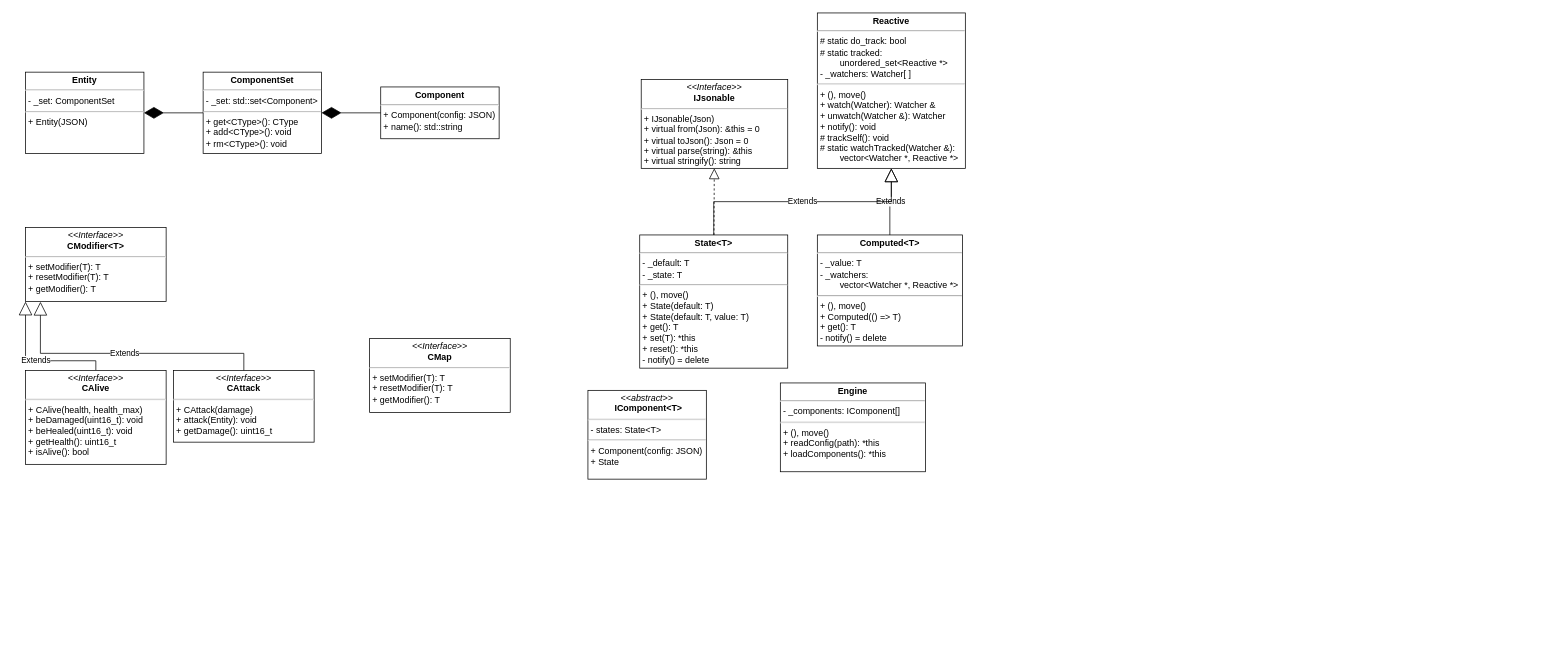
Earlier version of the draw.io diagram uml.drawio (vSEK1RO/nekomancer). Source tidied: cells renumbered, new cells numbered last; positions are measured from the earlier drawing's top-left corner, leaving out a move shared by most shapes. Both pictures are drawn from the tidied source at 74%, with x=0, y=0 at pixel (25, 13).
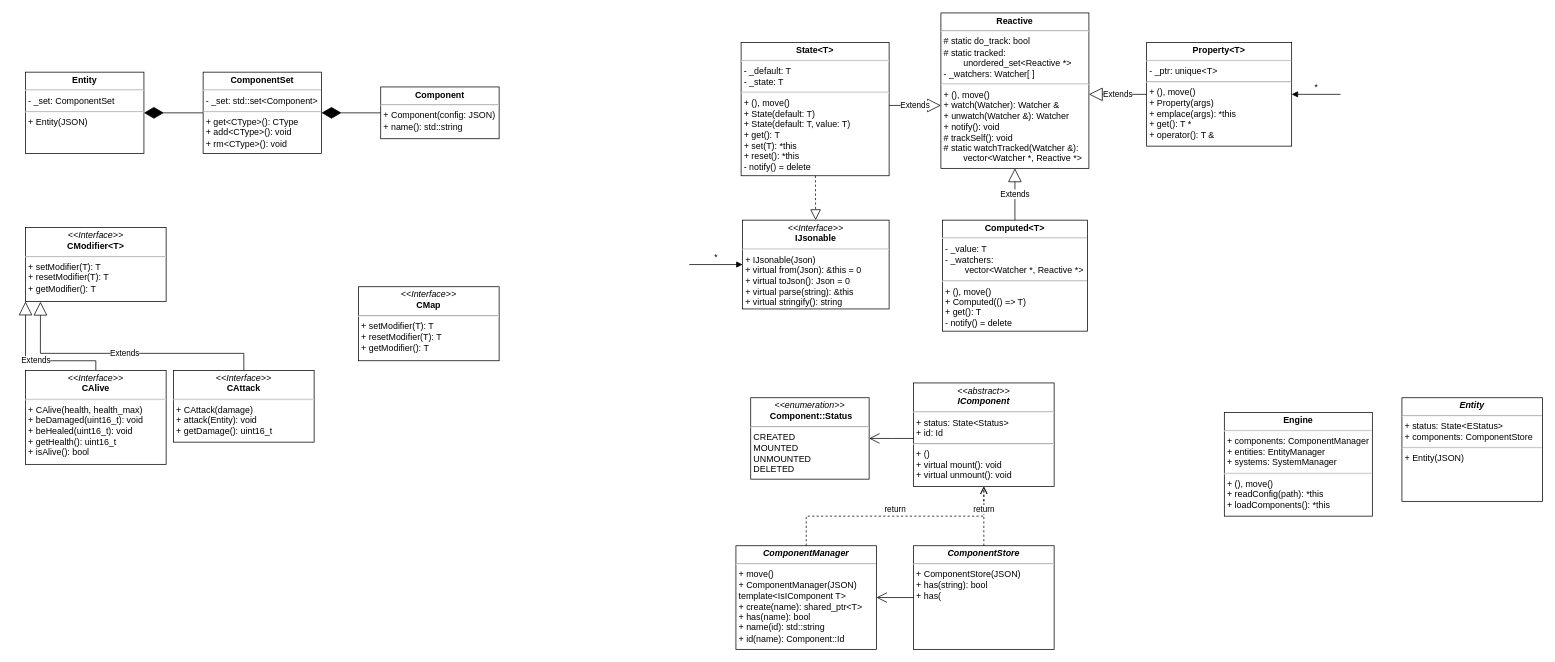
The same page after the edit.

Commit message (it also covers changes not shown here):
feat(ComponentManager): name(id); mv(IComponent::* -> Component::*)

Diff of the diagram source:
```diff
@@
     <mxCell id="13" value="&lt;p style=&quot;margin:0px;margin-top:4px;text-align:center;&quot;&gt;&lt;i&gt;&amp;lt;&amp;lt;Interface&amp;gt;&amp;gt;&lt;/i&gt;&lt;br&gt;&lt;b&gt;CMap&lt;/b&gt;&lt;/p&gt;&lt;hr&gt;&lt;p style=&quot;margin:0px;margin-left:4px;&quot;&gt;+ setModifier(T): T&lt;/p&gt;&lt;p style=&quot;margin:0px;margin-left:4px;&quot;&gt;+ resetModifier(T): T&lt;/p&gt;&lt;p style=&quot;margin:0px;margin-left:4px;&quot;&gt;+ getModifier(): T&lt;/p&gt;" style="verticalAlign=top;align=left;overflow=fill;html=1;whiteSpace=wrap;" parent="1" vertex="1">
-      <mxGeometry x="465" y="440" width="190" height="100" as="geometry" />
+      <mxGeometry x="450" y="370" width="190" height="100" as="geometry" />
     </mxCell>
     <mxCell id="14" value="&lt;p style=&quot;margin:0px;margin-top:4px;text-align:center;&quot;&gt;&lt;b&gt;Computed&amp;lt;T&amp;gt;&lt;/b&gt;&lt;/p&gt;&lt;hr&gt;&lt;p style=&quot;margin:0px;margin-left:4px;&quot;&gt;&lt;span style=&quot;background-color: initial;&quot;&gt;- _value: T&lt;/span&gt;&lt;/p&gt;&lt;p style=&quot;margin:0px;margin-left:4px;&quot;&gt;&lt;span style=&quot;background-color: initial;&quot;&gt;- _watchers:&lt;/span&gt;&lt;/p&gt;&lt;p style=&quot;margin:0px;margin-left:4px;&quot;&gt;&lt;span style=&quot;background-color: initial;&quot;&gt;&lt;span style=&quot;white-space: pre;&quot;&gt;&#9;&lt;/span&gt;vector&amp;lt;Watcher *, Reactive *&amp;gt;&lt;/span&gt;&lt;/p&gt;&lt;hr&gt;&lt;p style=&quot;margin:0px;margin-left:4px;&quot;&gt;&lt;span style=&quot;background-color: initial;&quot;&gt;+ (), move()&lt;br&gt;+ Computed(() =&amp;gt; T)&lt;/span&gt;&lt;/p&gt;&lt;p style=&quot;margin:0px;margin-left:4px;&quot;&gt;&lt;span style=&quot;background-color: initial;&quot;&gt;+ get(): T&lt;/span&gt;&lt;/p&gt;&lt;p style=&quot;margin:0px;margin-left:4px;&quot;&gt;&lt;span style=&quot;background-color: initial;&quot;&gt;- notify() = delete&lt;/span&gt;&lt;/p&gt;" style="verticalAlign=top;align=left;overflow=fill;html=1;whiteSpace=wrap;" parent="1" vertex="1">
-      <mxGeometry x="1070" y="300" width="196" height="150" as="geometry" />
+      <mxGeometry x="1239" y="280" width="196" height="150" as="geometry" />
     </mxCell>
     <mxCell id="15" value="&lt;p style=&quot;margin:0px;margin-top:4px;text-align:center;&quot;&gt;&lt;b&gt;Reactive&lt;/b&gt;&lt;/p&gt;&lt;hr&gt;&lt;p style=&quot;margin: 0px 0px 0px 4px;&quot;&gt;# static do_track: bool&lt;/p&gt;&lt;p style=&quot;margin: 0px 0px 0px 4px;&quot;&gt;# static tracked: &lt;span style=&quot;white-space: pre;&quot;&gt;&#9;&lt;/span&gt;unordered_set&amp;lt;Reactive *&amp;gt;&lt;/p&gt;&lt;p style=&quot;margin: 0px 0px 0px 4px;&quot;&gt;- _watchers: Watcher[ ]&lt;/p&gt;&lt;hr&gt;&lt;p style=&quot;margin: 0px 0px 0px 4px;&quot;&gt;+ (),&amp;nbsp;move()&lt;br&gt;+ watch(Watcher): Watcher &amp;amp;&lt;/p&gt;&lt;p style=&quot;margin: 0px 0px 0px 4px;&quot;&gt;+ unwatch(Watcher &amp;amp;): Watcher&lt;/p&gt;&lt;p style=&quot;margin: 0px 0px 0px 4px;&quot;&gt;+ notify(): void&lt;/p&gt;&lt;p style=&quot;margin: 0px 0px 0px 4px;&quot;&gt;# trackSelf(): void&lt;/p&gt;&lt;p style=&quot;margin: 0px 0px 0px 4px;&quot;&gt;# static watchTracked(Watcher &amp;amp;): &lt;span style=&quot;white-space: pre;&quot;&gt;&#9;&lt;/span&gt;vector&amp;lt;Watcher *, Reactive *&amp;gt;&lt;/p&gt;" style="verticalAlign=top;align=left;overflow=fill;html=1;whiteSpace=wrap;" parent="1" vertex="1">
-      <mxGeometry x="1070" width="200" height="210" as="geometry" />
+      <mxGeometry x="1237" width="200" height="210" as="geometry" />
     </mxCell>
     <mxCell id="16" value="&lt;p style=&quot;margin:0px;margin-top:4px;text-align:center;&quot;&gt;&lt;b&gt;State&amp;lt;T&amp;gt;&lt;/b&gt;&lt;/p&gt;&lt;hr&gt;&lt;p style=&quot;margin: 0px 0px 0px 4px;&quot;&gt;- _default: T&lt;/p&gt;&lt;p style=&quot;margin: 0px 0px 0px 4px;&quot;&gt;- _state: T&lt;/p&gt;&lt;hr&gt;&lt;p style=&quot;margin: 0px 0px 0px 4px;&quot;&gt;&lt;span style=&quot;background-color: initial;&quot;&gt;+ (), move()&lt;/span&gt;&lt;/p&gt;&lt;p style=&quot;margin: 0px 0px 0px 4px;&quot;&gt;&lt;span style=&quot;background-color: initial;&quot;&gt;+ State(default: T)&lt;/span&gt;&lt;/p&gt;&lt;p style=&quot;margin: 0px 0px 0px 4px;&quot;&gt;&lt;span style=&quot;background-color: initial;&quot;&gt;+ State(default: T, value: T)&lt;/span&gt;&lt;/p&gt;&lt;p style=&quot;margin: 0px 0px 0px 4px;&quot;&gt;&lt;span style=&quot;background-color: initial;&quot;&gt;+ get(): T&lt;/span&gt;&lt;/p&gt;&lt;p style=&quot;margin: 0px 0px 0px 4px;&quot;&gt;+ set(T): *this&lt;/p&gt;&lt;p style=&quot;margin: 0px 0px 0px 4px;&quot;&gt;+ reset(): *this&lt;/p&gt;&lt;p style=&quot;margin: 0px 0px 0px 4px;&quot;&gt;- notify() = delete&lt;/p&gt;&lt;p style=&quot;margin: 0px 0px 0px 4px;&quot;&gt;&lt;br&gt;&lt;/p&gt;" style="verticalAlign=top;align=left;overflow=fill;html=1;whiteSpace=wrap;" parent="1" vertex="1">
-      <mxGeometry x="830" y="300" width="200" height="180" as="geometry" />
+      <mxGeometry x="967" y="40" width="200" height="180" as="geometry" />
     </mxCell>
-    <mxCell id="17" value="&lt;p style=&quot;margin:0px;margin-top:4px;text-align:center;&quot;&gt;&lt;/p&gt;&lt;i style=&quot;&quot;&gt;&lt;div style=&quot;text-align: center;&quot;&gt;&lt;i style=&quot;background-color: initial;&quot;&gt;&amp;lt;&amp;lt;abstract&amp;gt;&amp;gt;&lt;/i&gt;&lt;/div&gt;&lt;/i&gt;&lt;p style=&quot;text-align: center; margin: 0px 0px 0px 4px;&quot;&gt;&lt;b style=&quot;background-color: initial;&quot;&gt;IComponent&amp;lt;T&amp;gt;&lt;/b&gt;&lt;/p&gt;&lt;hr&gt;&lt;p style=&quot;margin:0px;margin-left:4px;&quot;&gt;- states: State&amp;lt;T&amp;gt;&lt;/p&gt;&lt;hr&gt;&lt;p style=&quot;margin:0px;margin-left:4px;&quot;&gt;+ Component(config: JSON)&lt;/p&gt;&lt;p style=&quot;margin:0px;margin-left:4px;&quot;&gt;+ State&lt;/p&gt;" style="verticalAlign=top;align=left;overflow=fill;html=1;whiteSpace=wrap;" parent="1" vertex="1">
-      <mxGeometry x="760" y="510" width="160" height="120" as="geometry" />
+    <mxCell id="17" value="&lt;p style=&quot;margin:0px;margin-top:4px;text-align:center;&quot;&gt;&lt;/p&gt;&lt;i style=&quot;&quot;&gt;&lt;div style=&quot;text-align: center;&quot;&gt;&lt;b style=&quot;background-color: initial;&quot;&gt;Entity&lt;/b&gt;&lt;/div&gt;&lt;/i&gt;&lt;hr&gt;&lt;p style=&quot;margin:0px;margin-left:4px;&quot;&gt;+ status: State&amp;lt;EStatus&amp;gt;&lt;/p&gt;&lt;p style=&quot;margin:0px;margin-left:4px;&quot;&gt;+ components: ComponentStore&lt;/p&gt;&lt;hr&gt;&lt;p style=&quot;margin:0px;margin-left:4px;&quot;&gt;+ Entity(JSON)&lt;/p&gt;" style="verticalAlign=top;align=left;overflow=fill;html=1;whiteSpace=wrap;" parent="1" vertex="1">
+      <mxGeometry x="1860" y="520" width="190" height="140" as="geometry" />
     </mxCell>
     <mxCell id="18" value="&lt;p style=&quot;margin:0px;margin-top:4px;text-align:center;&quot;&gt;&lt;i&gt;&amp;lt;&amp;lt;Interface&amp;gt;&amp;gt;&lt;/i&gt;&lt;br&gt;&lt;b&gt;IJsonable&lt;/b&gt;&lt;/p&gt;&lt;hr&gt;&lt;p style=&quot;margin:0px;margin-left:4px;&quot;&gt;+ IJsonable(Json)&lt;/p&gt;&lt;p style=&quot;margin:0px;margin-left:4px;&quot;&gt;+ virtual from(Json): &amp;amp;this = 0&lt;/p&gt;&lt;p style=&quot;margin: 0px 0px 0px 4px;&quot;&gt;+ virtual toJson(): Json = 0&lt;/p&gt;&lt;p style=&quot;margin:0px;margin-left:4px;&quot;&gt;+ virtual parse(string): &amp;amp;this&lt;/p&gt;&lt;p style=&quot;margin:0px;margin-left:4px;&quot;&gt;+ virtual stringify(): string&lt;/p&gt;" style="verticalAlign=top;align=left;overflow=fill;html=1;whiteSpace=wrap;" parent="1" vertex="1">
-      <mxGeometry x="832" y="90" width="198" height="120" as="geometry" />
+      <mxGeometry x="969" y="280" width="198" height="120" as="geometry" />
     </mxCell>
@@
-    <mxCell id="22" value="&lt;p style=&quot;margin:0px;margin-top:4px;text-align:center;&quot;&gt;&lt;/p&gt;&lt;div style=&quot;text-align: center;&quot;&gt;&lt;b&gt;Engine&lt;/b&gt;&lt;/div&gt;&lt;hr&gt;&lt;p style=&quot;margin:0px;margin-left:4px;&quot;&gt;- _components: IComponent[]&lt;/p&gt;&lt;hr&gt;&lt;p style=&quot;margin:0px;margin-left:4px;&quot;&gt;+ (), move()&lt;/p&gt;&lt;p style=&quot;margin:0px;margin-left:4px;&quot;&gt;+ readConfig(path): *this&lt;/p&gt;&lt;p style=&quot;margin:0px;margin-left:4px;&quot;&gt;+ loadComponents(): *this&lt;/p&gt;" style="verticalAlign=top;align=left;overflow=fill;html=1;whiteSpace=wrap;" parent="1" vertex="1">
-      <mxGeometry x="1020" y="500" width="196" height="120" as="geometry" />
+    <mxCell id="22" value="&lt;p style=&quot;margin:0px;margin-top:4px;text-align:center;&quot;&gt;&lt;/p&gt;&lt;div style=&quot;text-align: center;&quot;&gt;&lt;b&gt;Engine&lt;/b&gt;&lt;/div&gt;&lt;hr&gt;&lt;p style=&quot;margin:0px;margin-left:4px;&quot;&gt;+ components: ComponentManager&lt;/p&gt;&lt;p style=&quot;margin:0px;margin-left:4px;&quot;&gt;+ entities: EntityManager&lt;/p&gt;&lt;p style=&quot;margin:0px;margin-left:4px;&quot;&gt;+ systems: SystemManager&lt;/p&gt;&lt;hr&gt;&lt;p style=&quot;margin:0px;margin-left:4px;&quot;&gt;+ (), move()&lt;/p&gt;&lt;p style=&quot;margin:0px;margin-left:4px;&quot;&gt;+ readConfig(path): *this&lt;/p&gt;&lt;p style=&quot;margin:0px;margin-left:4px;&quot;&gt;+ loadComponents(): *this&lt;/p&gt;" style="verticalAlign=top;align=left;overflow=fill;html=1;whiteSpace=wrap;" parent="1" vertex="1">
+      <mxGeometry x="1620" y="540" width="200" height="140" as="geometry" />
     </mxCell>
+    <mxCell id="23" value="&lt;p style=&quot;margin:0px;margin-top:4px;text-align:center;&quot;&gt;&lt;b&gt;Property&amp;lt;T&amp;gt;&lt;/b&gt;&lt;/p&gt;&lt;hr&gt;&lt;p style=&quot;margin:0px;margin-left:4px;&quot;&gt;&lt;span style=&quot;background-color: initial;&quot;&gt;- _ptr: unique&amp;lt;T&amp;gt;&lt;/span&gt;&lt;/p&gt;&lt;hr&gt;&lt;p style=&quot;margin:0px;margin-left:4px;&quot;&gt;&lt;span style=&quot;background-color: initial;&quot;&gt;+ (), move()&lt;/span&gt;&lt;/p&gt;&lt;p style=&quot;margin:0px;margin-left:4px;&quot;&gt;&lt;span style=&quot;background-color: initial;&quot;&gt;+ Property(args)&lt;br&gt;+ emplace(args): *this&lt;/span&gt;&lt;/p&gt;&lt;p style=&quot;margin:0px;margin-left:4px;&quot;&gt;&lt;span style=&quot;background-color: initial;&quot;&gt;+ get(): T *&lt;/span&gt;&lt;/p&gt;&lt;p style=&quot;margin:0px;margin-left:4px;&quot;&gt;+ operator(): T &amp;amp;&lt;/p&gt;" style="verticalAlign=top;align=left;overflow=fill;html=1;whiteSpace=wrap;" parent="1" vertex="1">
+      <mxGeometry x="1515" y="40" width="196" height="140" as="geometry" />
+    </mxCell>
+    <mxCell id="24" value="&lt;p style=&quot;margin:0px;margin-top:4px;text-align:center;&quot;&gt;&lt;/p&gt;&lt;i style=&quot;&quot;&gt;&lt;div style=&quot;text-align: center;&quot;&gt;&lt;i style=&quot;background-color: initial;&quot;&gt;&amp;lt;&amp;lt;enumeration&amp;gt;&amp;gt;&lt;/i&gt;&lt;/div&gt;&lt;/i&gt;&lt;p style=&quot;text-align: center; margin: 0px 0px 0px 4px;&quot;&gt;&lt;b&gt;Component::Status&lt;/b&gt;&lt;/p&gt;&lt;hr&gt;&lt;p style=&quot;margin:0px;margin-left:4px;&quot;&gt;CREATED&lt;/p&gt;&lt;p style=&quot;margin:0px;margin-left:4px;&quot;&gt;&lt;span style=&quot;background-color: initial;&quot;&gt;MOUNTED&lt;/span&gt;&lt;/p&gt;&lt;p style=&quot;margin:0px;margin-left:4px;&quot;&gt;UNMOUNTED&lt;/p&gt;&lt;p style=&quot;margin:0px;margin-left:4px;&quot;&gt;DELETED&lt;/p&gt;" style="verticalAlign=top;align=left;overflow=fill;html=1;whiteSpace=wrap;" parent="1" vertex="1">
+      <mxGeometry x="980" y="520" width="160" height="110" as="geometry" />
+    </mxCell>
+    <mxCell id="25" value="&lt;p style=&quot;margin:0px;margin-top:4px;text-align:center;&quot;&gt;&lt;/p&gt;&lt;i style=&quot;&quot;&gt;&lt;div style=&quot;text-align: center;&quot;&gt;&lt;b style=&quot;background-color: initial;&quot;&gt;ComponentStore&lt;/b&gt;&lt;/div&gt;&lt;/i&gt;&lt;hr&gt;&lt;p style=&quot;margin:0px;margin-left:4px;&quot;&gt;&lt;/p&gt;&lt;p style=&quot;margin:0px;margin-left:4px;&quot;&gt;+ ComponentStore(JSON)&lt;/p&gt;&lt;p style=&quot;margin:0px;margin-left:4px;&quot;&gt;+ has(string): bool&lt;/p&gt;&lt;p style=&quot;margin:0px;margin-left:4px;&quot;&gt;+ has(&lt;/p&gt;" style="verticalAlign=top;align=left;overflow=fill;html=1;whiteSpace=wrap;" parent="1" vertex="1">
+      <mxGeometry x="1200" y="720" width="190" height="140" as="geometry" />
+    </mxCell>
+    <mxCell id="26" value="&lt;p style=&quot;margin:0px;margin-top:4px;text-align:center;&quot;&gt;&lt;/p&gt;&lt;i style=&quot;&quot;&gt;&lt;div style=&quot;text-align: center;&quot;&gt;&lt;b style=&quot;background-color: initial;&quot;&gt;ComponentManager&lt;/b&gt;&lt;/div&gt;&lt;/i&gt;&lt;hr&gt;&lt;p style=&quot;margin: 0px 0px 0px 4px;&quot;&gt;&lt;span style=&quot;background-color: initial;&quot;&gt;+&amp;nbsp;&lt;/span&gt;&lt;span style=&quot;background-color: initial;&quot;&gt;move()&lt;/span&gt;&lt;/p&gt;&lt;p style=&quot;margin:0px;margin-left:4px;&quot;&gt;&lt;span style=&quot;background-color: initial;&quot;&gt;+ ComponentManager(JSON)&lt;/span&gt;&lt;/p&gt;&lt;p style=&quot;margin:0px;margin-left:4px;&quot;&gt;&lt;span style=&quot;background-color: initial;&quot;&gt;template&amp;lt;IsIComponent T&amp;gt;&lt;/span&gt;&lt;/p&gt;&lt;p style=&quot;margin:0px;margin-left:4px;&quot;&gt;&lt;span style=&quot;background-color: initial;&quot;&gt;+ create(name): shared_ptr&amp;lt;T&amp;gt;&lt;/span&gt;&lt;/p&gt;&lt;p style=&quot;margin:0px;margin-left:4px;&quot;&gt;&lt;span style=&quot;background-color: initial;&quot;&gt;+ has(name): bool&lt;/span&gt;&lt;/p&gt;&lt;p style=&quot;margin:0px;margin-left:4px;&quot;&gt;&lt;span style=&quot;background-color: initial;&quot;&gt;+ name(id): std::string&lt;/span&gt;&lt;/p&gt;&lt;p style=&quot;margin:0px;margin-left:4px;&quot;&gt;&lt;span style=&quot;background-color: initial;&quot;&gt;+ id(name): Component::Id&lt;/span&gt;&lt;/p&gt;" style="verticalAlign=top;align=left;overflow=fill;html=1;whiteSpace=wrap;" parent="1" vertex="1">
+      <mxGeometry x="960" y="720" width="190" height="140" as="geometry" />
+    </mxCell>
+    <mxCell id="27" value="&lt;p style=&quot;margin:0px;margin-top:4px;text-align:center;&quot;&gt;&lt;/p&gt;&lt;i style=&quot;&quot;&gt;&lt;div style=&quot;text-align: center;&quot;&gt;&lt;i style=&quot;background-color: initial;&quot;&gt;&amp;lt;&amp;lt;abstract&amp;gt;&amp;gt;&lt;/i&gt;&lt;b style=&quot;background-color: initial;&quot;&gt;&lt;br&gt;IComponent&lt;/b&gt;&lt;/div&gt;&lt;/i&gt;&lt;hr&gt;&lt;p style=&quot;margin:0px;margin-left:4px;&quot;&gt;+ status: State&amp;lt;Status&amp;gt;&lt;/p&gt;&lt;p style=&quot;margin:0px;margin-left:4px;&quot;&gt;+ id: Id&lt;/p&gt;&lt;hr&gt;&lt;p style=&quot;margin:0px;margin-left:4px;&quot;&gt;+ ()&lt;br&gt;+ virtual mount(): void&lt;/p&gt;&lt;p style=&quot;margin:0px;margin-left:4px;&quot;&gt;+ virtual unmount(): void&lt;/p&gt;" style="verticalAlign=top;align=left;overflow=fill;html=1;whiteSpace=wrap;" parent="1" vertex="1">
+      <mxGeometry x="1200" y="500" width="190" height="140" as="geometry" />
+    </mxCell>
+    <mxCell id="28" value="*" style="html=1;verticalAlign=bottom;endArrow=block;curved=0;rounded=0;" parent="1" edge="1" target="23">
+      <mxGeometry relative="1" as="geometry">
+        <mxPoint x="1777" y="110" as="sourcePoint" />
+      </mxGeometry>
+    </mxCell>
+    <mxCell id="29" value="*" style="html=1;verticalAlign=bottom;endArrow=block;curved=0;rounded=0;" parent="1" edge="1" target="18">
+      <mxGeometry relative="1" as="geometry">
+        <mxPoint x="897" y="340" as="sourcePoint" />
+      </mxGeometry>
+    </mxCell>
+    <mxCell id="30" value="Extends" style="endArrow=block;endSize=16;endFill=0;html=1;rounded=0;edgeStyle=elbowEdgeStyle;elbow=vertical;" parent="1" edge="1" source="23" target="15">
+      <mxGeometry relative="1" as="geometry" />
+    </mxCell>
+    <mxCell id="31" value="return" style="html=1;verticalAlign=bottom;endArrow=open;dashed=1;endSize=8;rounded=0;edgeStyle=elbowEdgeStyle;elbow=vertical;" parent="1" edge="1" source="26" target="27">
+      <mxGeometry relative="1" as="geometry" />
+    </mxCell>
+    <mxCell id="32" style="endArrow=open;endFill=1;endSize=12;html=1;rounded=0;edgeStyle=elbowEdgeStyle;elbow=vertical;" parent="1" edge="1" source="25" target="26">
+      <mxGeometry relative="1" as="geometry" />
+    </mxCell>
+    <mxCell id="33" value="return" style="html=1;verticalAlign=bottom;endArrow=open;dashed=1;endSize=8;rounded=0;edgeStyle=elbowEdgeStyle;elbow=vertical;" parent="1" edge="1" source="25" target="27">
+      <mxGeometry relative="1" as="geometry" />
+    </mxCell>
+    <mxCell id="34" style="endArrow=open;endFill=1;endSize=12;html=1;rounded=0;edgeStyle=elbowEdgeStyle;elbow=vertical;" parent="1" edge="1" source="27" target="24">
+      <mxGeometry relative="1" as="geometry" />
+    </mxCell>
```
